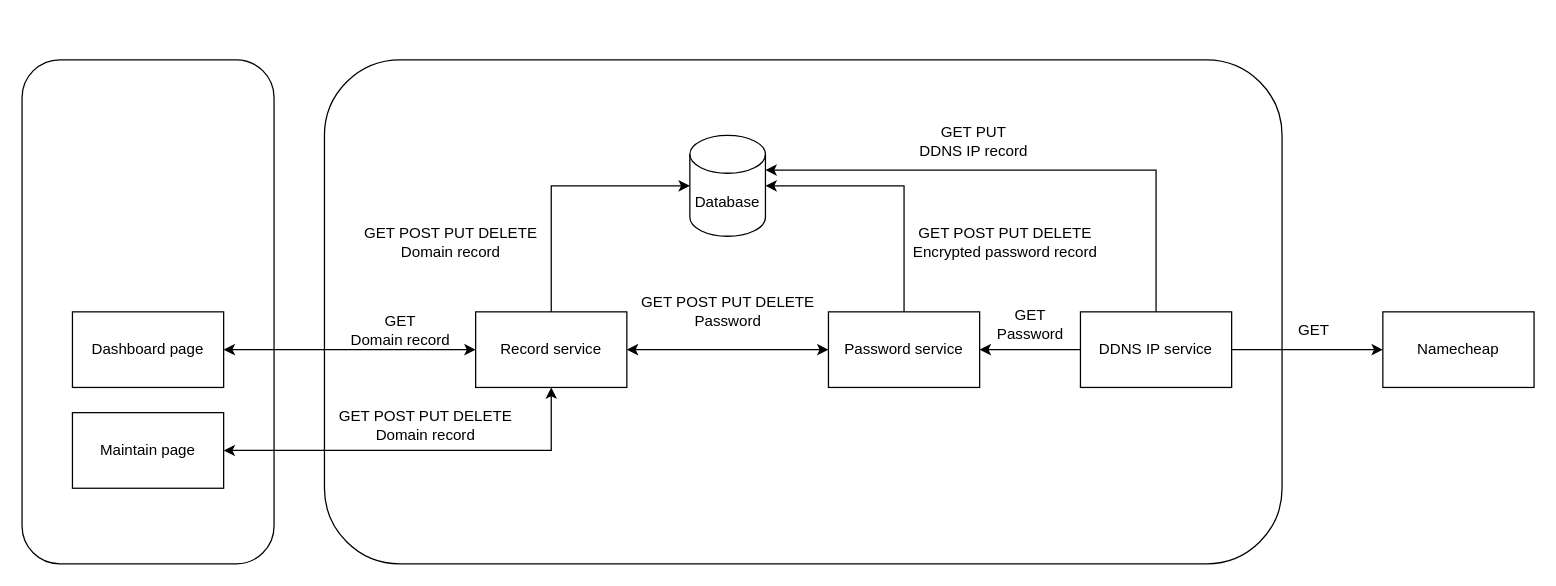
RealFilllykung/namecheap-ddns-updater-web-ui keeps this draw.io diagram as design-decision/01-16-2025/1-16-2025-system-design.drawio. Above is the earlier version. Source tidied: cells renumbered, new cells numbered last; positions are measured from the earlier drawing's top-left corner, leaving out a move shared by most shapes. Both pictures are drawn from the tidied source at 126%, with x=0, y=0 at pixel (21, 59).
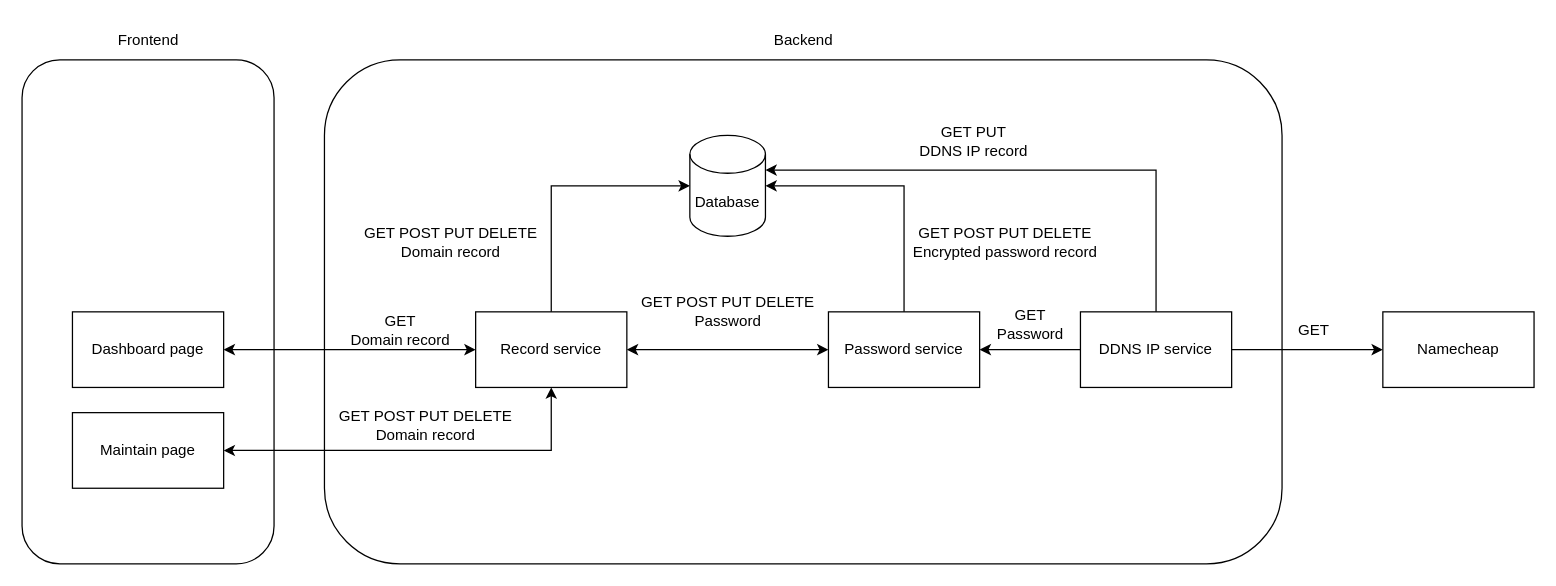
Above is the later version.

Commit message (it also covers changes not shown here):
docs: update readme with system design

The edit, as a diff of the source:
```diff
@@
+    <mxCell id="27" value="Frontend" style="text;html=1;align=center;verticalAlign=middle;strokeColor=none;fillColor=none;" parent="1" vertex="1">
+      <mxGeometry x="65" y="-30" width="70" height="30" as="geometry" />
+    </mxCell>
+    <mxCell id="28" value="Backend" style="text;html=1;align=center;verticalAlign=middle;strokeColor=none;fillColor=none;" parent="1" vertex="1">
+      <mxGeometry x="585" y="-30" width="70" height="30" as="geometry" />
+    </mxCell>
```
